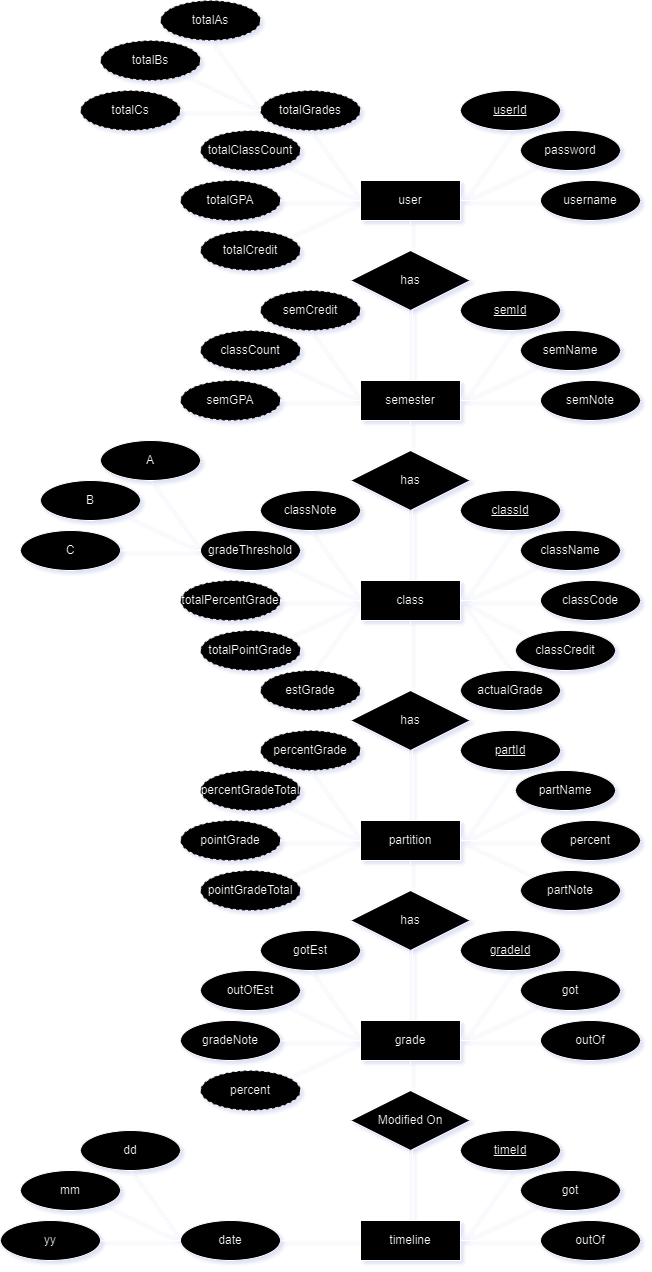
This is graphics/erd.png from 7cevge/GoatedGrades_TrackerApp, a draw.io export, as it was before one commit. Source tidied: cells renumbered, new cells last; positions are measured from the earlier drawing's top-left corner, leaving out a move shared by most shapes.
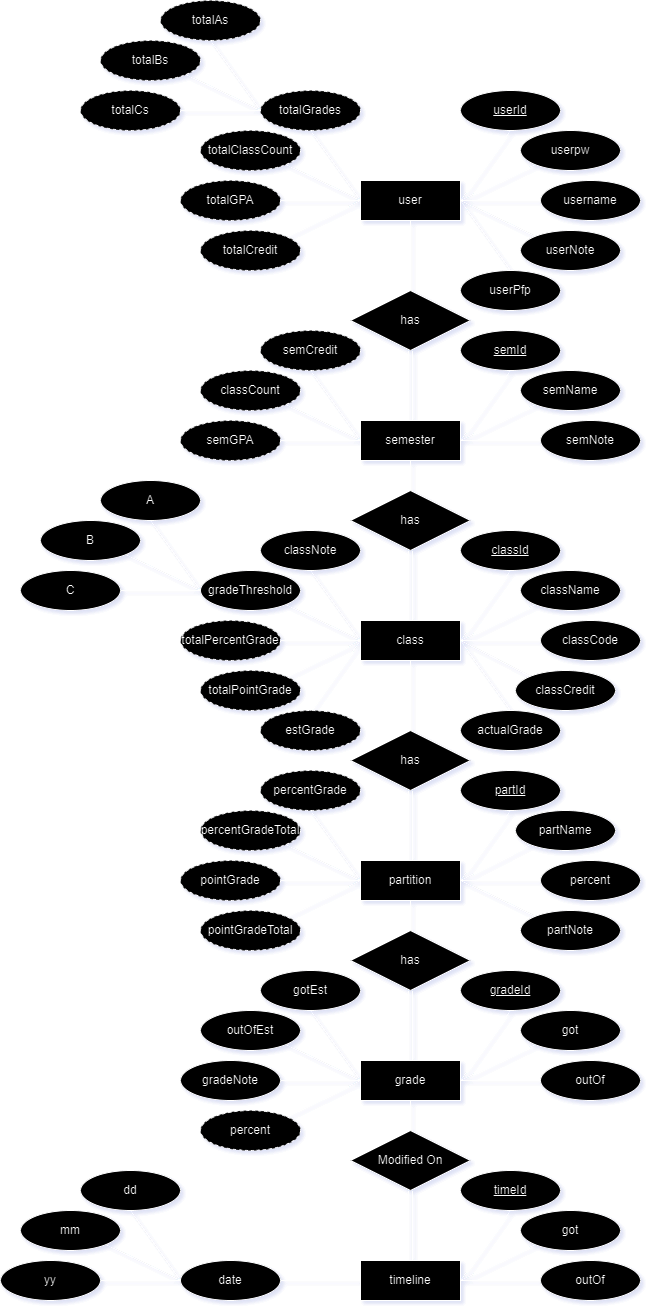
After the change.

What changed in the source:
```diff
@@ -3,7 +3,7 @@
     <mxCell id="0" />
     <mxCell id="1" parent="0" />
     <mxCell id="2" value="user" style="whiteSpace=wrap;html=1;align=center;" parent="1" vertex="1">
-      <mxGeometry x="360" y="180" width="100" height="40" as="geometry" />
+      <mxGeometry x="360" y="140" width="100" height="40" as="geometry" />
     </mxCell>
     <mxCell id="3" value="semester" style="whiteSpace=wrap;html=1;align=center;" parent="1" vertex="1">
       <mxGeometry x="360" y="380" width="100" height="40" as="geometry" />
@@ -78,10 +78,10 @@
       <mxGeometry relative="1" as="geometry" />
     </mxCell>
     <mxCell id="27" value="&lt;u&gt;userId&lt;/u&gt;" style="ellipse;whiteSpace=wrap;html=1;align=center;" parent="1" vertex="1">
-      <mxGeometry x="460" y="90" width="100" height="40" as="geometry" />
+      <mxGeometry x="460" y="50" width="100" height="40" as="geometry" />
     </mxCell>
     <mxCell id="28" value="totalGPA" style="ellipse;whiteSpace=wrap;html=1;align=center;dashed=1;" parent="1" vertex="1">
-      <mxGeometry x="180" y="180" width="100" height="40" as="geometry" />
+      <mxGeometry x="180" y="140" width="100" height="40" as="geometry" />
     </mxCell>
     <mxCell id="29" value="semId" style="ellipse;whiteSpace=wrap;html=1;align=center;fontStyle=4;" parent="1" vertex="1">
       <mxGeometry x="460" y="290" width="100" height="40" as="geometry" />
@@ -297,28 +297,28 @@
       <mxGeometry relative="1" as="geometry" />
     </mxCell>
     <mxCell id="100" value="username" style="ellipse;whiteSpace=wrap;html=1;align=center;" parent="1" vertex="1">
-      <mxGeometry x="540" y="180" width="100" height="40" as="geometry" />
+      <mxGeometry x="540" y="140" width="100" height="40" as="geometry" />
     </mxCell>
-    <mxCell id="101" value="password" style="ellipse;whiteSpace=wrap;html=1;align=center;" parent="1" vertex="1">
-      <mxGeometry x="520" y="130" width="100" height="40" as="geometry" />
+    <mxCell id="101" value="userpw" style="ellipse;whiteSpace=wrap;html=1;align=center;" parent="1" vertex="1">
+      <mxGeometry x="520" y="90" width="100" height="40" as="geometry" />
     </mxCell>
     <mxCell id="102" value="totalCredit" style="ellipse;whiteSpace=wrap;html=1;align=center;dashed=1;" parent="1" vertex="1">
-      <mxGeometry x="200" y="230" width="100" height="40" as="geometry" />
+      <mxGeometry x="200" y="190" width="100" height="40" as="geometry" />
     </mxCell>
     <mxCell id="103" value="totalClassCount" style="ellipse;whiteSpace=wrap;html=1;align=center;dashed=1;" parent="1" vertex="1">
-      <mxGeometry x="200" y="130" width="100" height="40" as="geometry" />
+      <mxGeometry x="200" y="90" width="100" height="40" as="geometry" />
     </mxCell>
     <mxCell id="104" value="totalGrades" style="ellipse;whiteSpace=wrap;html=1;align=center;dashed=1;" parent="1" vertex="1">
-      <mxGeometry x="260" y="90" width="100" height="40" as="geometry" />
+      <mxGeometry x="260" y="50" width="100" height="40" as="geometry" />
     </mxCell>
     <mxCell id="105" value="totalAs" style="ellipse;whiteSpace=wrap;html=1;align=center;dashed=1;" parent="1" vertex="1">
-      <mxGeometry x="160" width="100" height="40" as="geometry" />
+      <mxGeometry x="160" y="-40" width="100" height="40" as="geometry" />
     </mxCell>
     <mxCell id="106" value="totalBs" style="ellipse;whiteSpace=wrap;html=1;align=center;dashed=1;" parent="1" vertex="1">
-      <mxGeometry x="100" y="40" width="100" height="40" as="geometry" />
+      <mxGeometry x="100" width="100" height="40" as="geometry" />
     </mxCell>
     <mxCell id="107" value="totalCs" style="ellipse;whiteSpace=wrap;html=1;align=center;dashed=1;" parent="1" vertex="1">
-      <mxGeometry x="80" y="90" width="100" height="40" as="geometry" />
+      <mxGeometry x="80" y="50" width="100" height="40" as="geometry" />
     </mxCell>
     <mxCell id="108" style="endArrow=none;html=1;rounded=0;entryX=1;entryY=0.5;entryDx=0;entryDy=0;exitX=0;exitY=0.5;exitDx=0;exitDy=0;" parent="1" edge="1" source="2" target="28">
       <mxGeometry relative="1" as="geometry" />
@@ -337,7 +337,7 @@
     </mxCell>
     <mxCell id="113" style="endArrow=none;html=1;rounded=0;entryX=1;entryY=1;entryDx=0;entryDy=0;" parent="1" edge="1" target="106">
       <mxGeometry relative="1" as="geometry">
-        <mxPoint x="260" y="110" as="sourcePoint" />
+        <mxPoint x="260" y="70" as="sourcePoint" />
       </mxGeometry>
     </mxCell>
     <mxCell id="114" style="endArrow=none;html=1;rounded=0;exitX=1;exitY=1;exitDx=0;exitDy=0;entryX=0;entryY=0.5;entryDx=0;entryDy=0;" parent="1" edge="1" source="103" target="2">
@@ -390,5 +390,17 @@
     <mxCell id="129" style="endArrow=none;html=1;rounded=0;exitX=1;exitY=0.5;exitDx=0;exitDy=0;entryX=0;entryY=1;entryDx=0;entryDy=0;" parent="1" edge="1" source="62" target="127">
       <mxGeometry relative="1" as="geometry" />
     </mxCell>
+    <mxCell id="130" value="userNote" style="ellipse;whiteSpace=wrap;html=1;align=center;" parent="1" vertex="1">
+      <mxGeometry x="520" y="190" width="100" height="40" as="geometry" />
+    </mxCell>
+    <mxCell id="131" style="endArrow=none;html=1;rounded=0;exitX=1;exitY=0.5;exitDx=0;exitDy=0;entryX=0;entryY=0;entryDx=0;entryDy=0;" parent="1" edge="1" source="2" target="130">
+      <mxGeometry relative="1" as="geometry" />
+    </mxCell>
+    <mxCell id="132" value="userPfp" style="ellipse;whiteSpace=wrap;html=1;align=center;" parent="1" vertex="1">
+      <mxGeometry x="460" y="230" width="100" height="40" as="geometry" />
+    </mxCell>
+    <mxCell id="133" style="endArrow=none;html=1;rounded=0;entryX=0.5;entryY=0;entryDx=0;entryDy=0;exitX=1;exitY=0.5;exitDx=0;exitDy=0;" parent="1" edge="1" source="2" target="132">
+      <mxGeometry relative="1" as="geometry" />
+    </mxCell>
   </root>
 </mxGraphModel>
```
